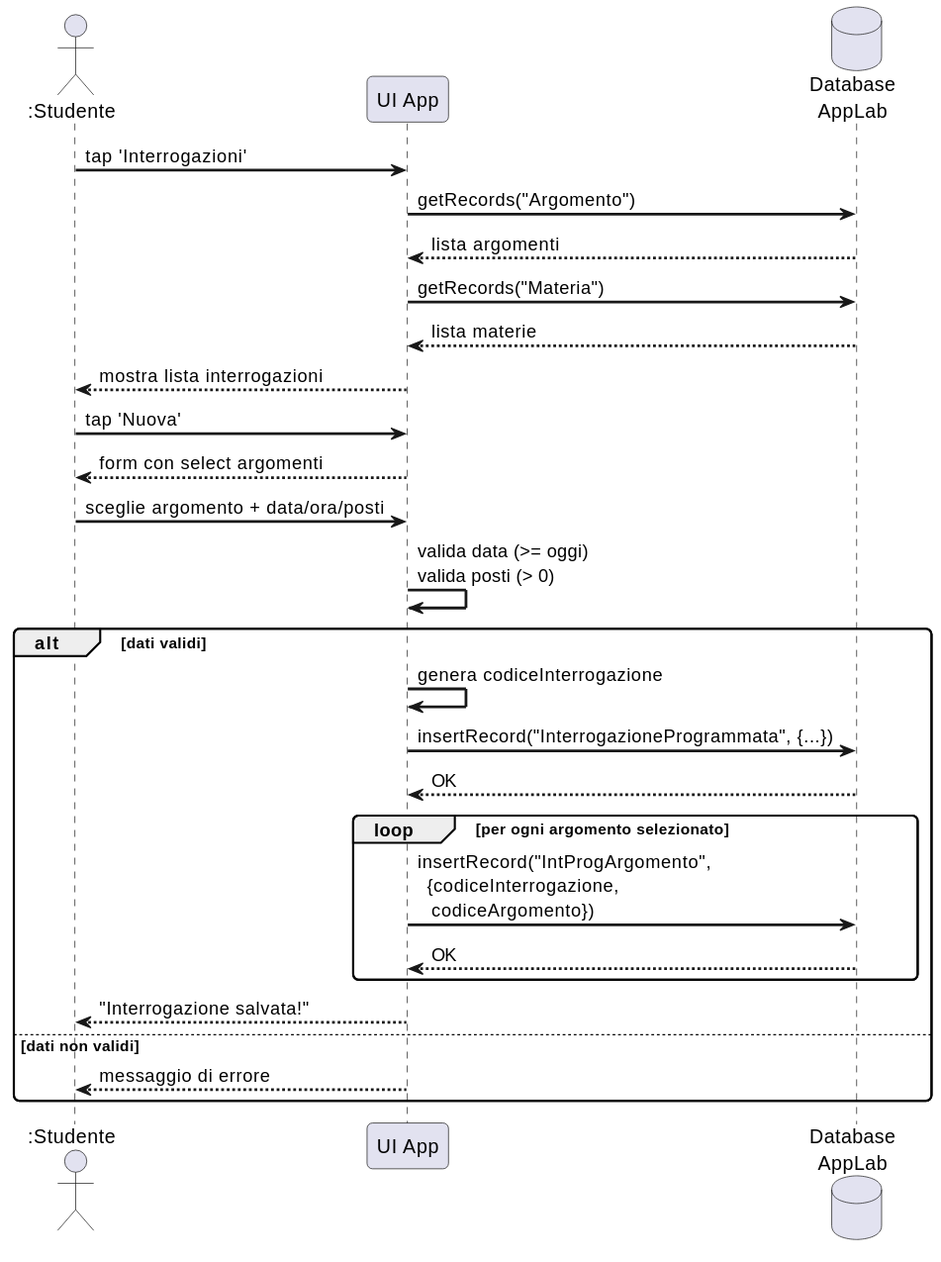
Above: images/sd-inserimento-interrogazione.svg in gionatamassibenincasa/study-together (PlantUML), before the change. Source of this version:
```plantuml
@startuml
skinparam sequenceArrowThickness 2
skinparam roundcorner 8

actor ":Studente" as S
participant "UI App" as UI
database "Database\nAppLab" as DB

S -> UI : tap 'Interrogazioni'
UI -> DB : getRecords("Argomento")
DB --> UI : lista argomenti
UI -> DB : getRecords("Materia")
DB --> UI : lista materie

UI --> S : mostra lista interrogazioni

S -> UI : tap 'Nuova'
UI --> S : form con select argomenti

S -> UI : sceglie argomento + data/ora/posti

UI -> UI : valida data (>= oggi)\nvalida posti (> 0)

alt dati validi
  UI -> UI : genera codiceInterrogazione
  UI -> DB : insertRecord("InterrogazioneProgrammata", {...})
  DB --> UI : OK
  loop per ogni argomento selezionato
    UI -> DB : insertRecord("IntProgArgomento",\n  {codiceInterrogazione,\n   codiceArgomento})
    DB --> UI : OK
  end
  UI --> S : "Interrogazione salvata!"
else dati non validi
  UI --> S : messaggio di errore
end
@enduml
```
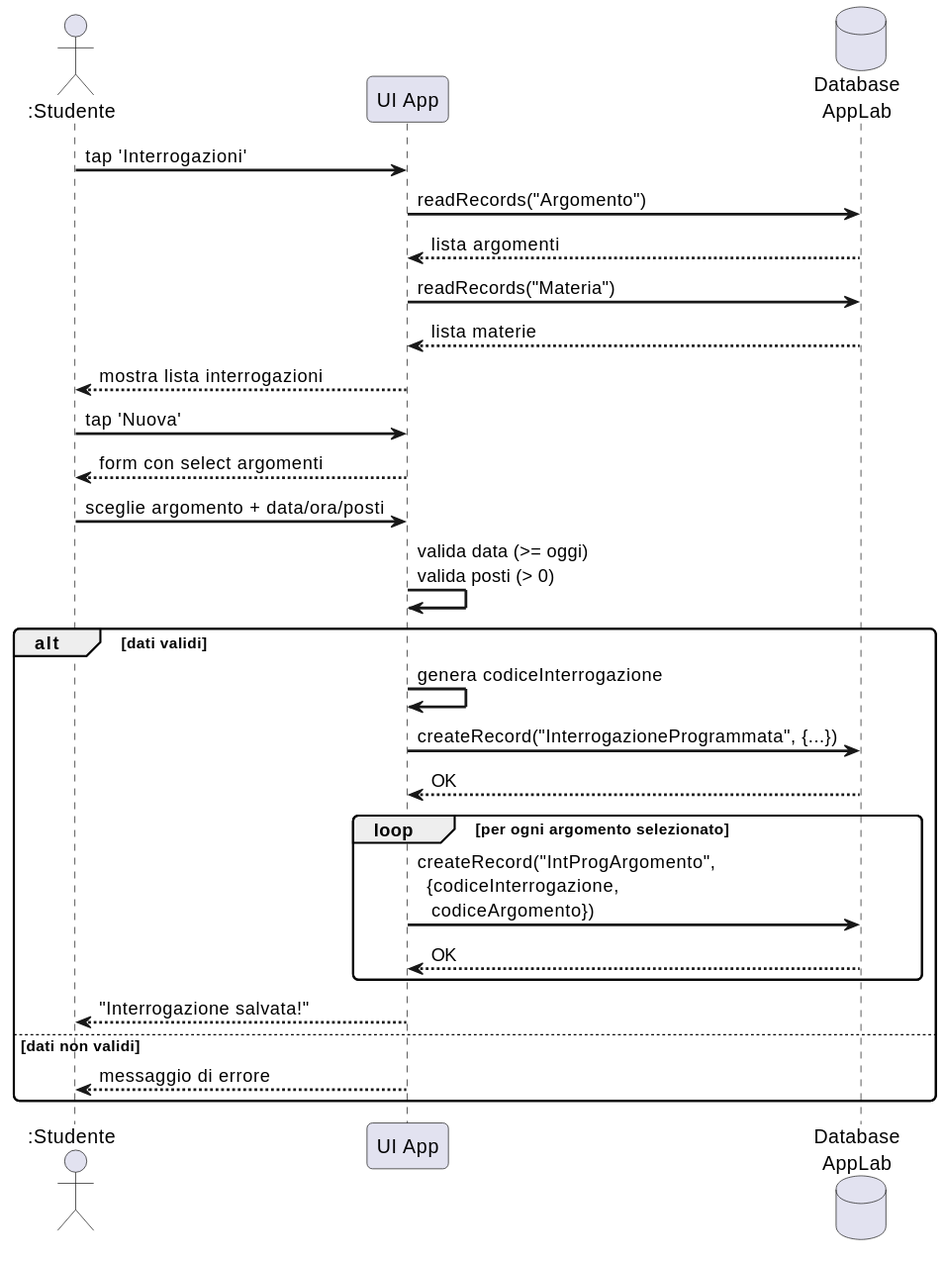
The same diagram one commit later.

Diff of the diagram source:
```diff
@@ -7,9 +7,9 @@
 database "Database\nAppLab" as DB
 
 S -> UI : tap 'Interrogazioni'
-UI -> DB : getRecords("Argomento")
+UI -> DB : readRecords("Argomento")
 DB --> UI : lista argomenti
-UI -> DB : getRecords("Materia")
+UI -> DB : readRecords("Materia")
 DB --> UI : lista materie
 
 UI --> S : mostra lista interrogazioni
@@ -23,10 +23,10 @@
 
 alt dati validi
   UI -> UI : genera codiceInterrogazione
-  UI -> DB : insertRecord("InterrogazioneProgrammata", {...})
+  UI -> DB : createRecord("InterrogazioneProgrammata", {...})
   DB --> UI : OK
   loop per ogni argomento selezionato
-    UI -> DB : insertRecord("IntProgArgomento",\n  {codiceInterrogazione,\n   codiceArgomento})
+    UI -> DB : createRecord("IntProgArgomento",\n  {codiceInterrogazione,\n   codiceArgomento})
     DB --> UI : OK
   end
   UI --> S : "Interrogazione salvata!"
```
